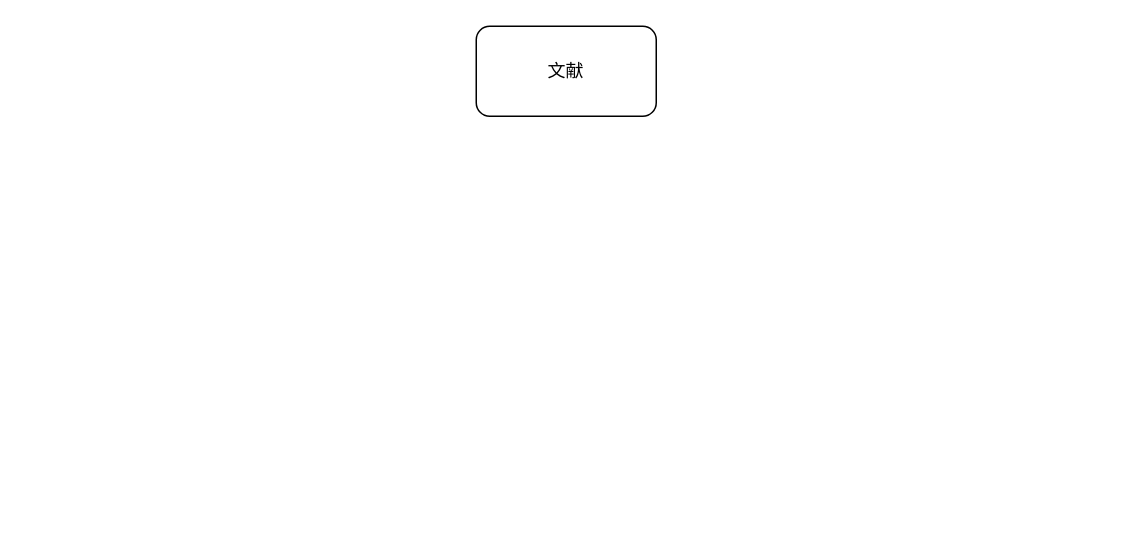
The draw.io diagram 呼伦贝尔图书馆文献知识库.drawio in z-cloud-z/draw, before the edit. Source tidied: cells renumbered, new cells numbered last; positions are measured from the earlier drawing's top-left corner, leaving out a move shared by most shapes. Both pictures are drawn from the tidied source at 150%, with x=0, y=0 at pixel (476, 26).
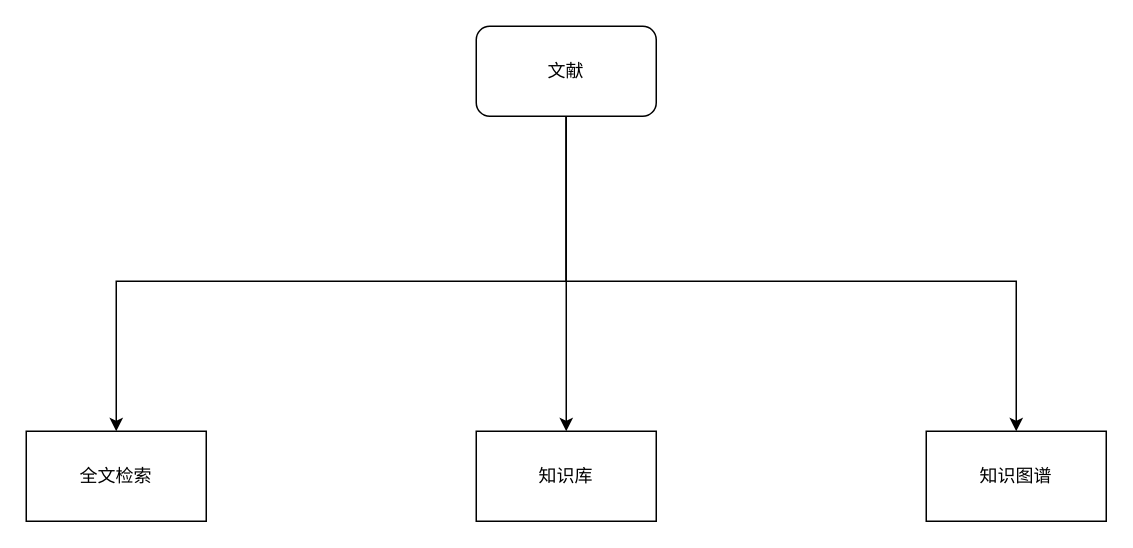
After the change.

Commit message (it also covers changes not shown here):
更新呼伦贝尔图书馆文献知识库.drawio

The edit, as a diff of the source:
```diff
@@
 <mxGraphModel>
   <root>
     <mxCell id="0" />
     <mxCell id="1" parent="0" />
+    <mxCell id="3" style="edgeStyle=orthogonalEdgeStyle;rounded=0;jettySize=auto;html=1;entryX=0.5;entryY=0;entryDx=0;entryDy=0;exitX=0.5;exitY=1;exitDx=0;exitDy=0;" parent="1" edge="1" source="2" target="6">
+      <mxGeometry relative="1" as="geometry">
+        <Array as="points">
+          <mxPoint x="60" y="170" />
+          <mxPoint x="-240" y="170" />
+        </Array>
+      </mxGeometry>
+    </mxCell>
+    <mxCell id="4" style="edgeStyle=orthogonalEdgeStyle;rounded=0;jettySize=auto;html=1;exitX=0.5;exitY=1;exitDx=0;exitDy=0;" parent="1" edge="1" source="2" target="7">
+      <mxGeometry relative="1" as="geometry" />
+    </mxCell>
+    <mxCell id="5" style="edgeStyle=orthogonalEdgeStyle;rounded=0;jettySize=auto;html=1;entryX=0.5;entryY=0;entryDx=0;entryDy=0;exitX=0.5;exitY=1;exitDx=0;exitDy=0;" parent="1" edge="1" source="2" target="8">
+      <mxGeometry relative="1" as="geometry">
+        <Array as="points">
+          <mxPoint x="60" y="170" />
+          <mxPoint x="360" y="170" />
+        </Array>
+      </mxGeometry>
+    </mxCell>
     <mxCell id="2" value="文献" style="rounded=1;whiteSpace=wrap;html=1;" parent="1" vertex="1">
       <mxGeometry width="120" height="60" as="geometry" />
     </mxCell>
+    <mxCell id="6" value="全文检索" style="rounded=0;whiteSpace=wrap;html=1;" parent="1" vertex="1">
+      <mxGeometry x="-300" y="270" width="120" height="60" as="geometry" />
+    </mxCell>
+    <mxCell id="7" value="知识库" style="rounded=0;whiteSpace=wrap;html=1;" parent="1" vertex="1">
+      <mxGeometry y="270" width="120" height="60" as="geometry" />
+    </mxCell>
+    <mxCell id="8" value="知识图谱" style="rounded=0;whiteSpace=wrap;html=1;" parent="1" vertex="1">
+      <mxGeometry x="300" y="270" width="120" height="60" as="geometry" />
+    </mxCell>
   </root>
 </mxGraphModel>
```
